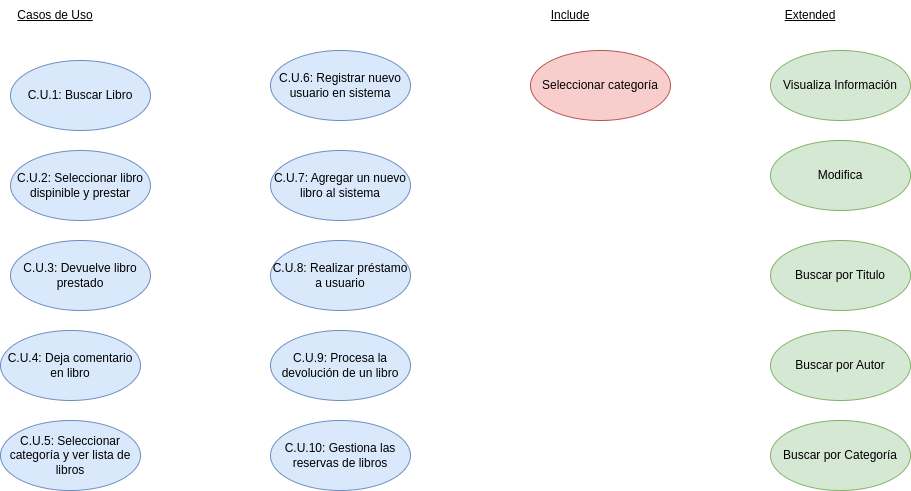
Before: diagramas/diagrama-casos-uso/img/CasosDeUso.png, a diagram exported from draw.io (PeterMartEsc/proyecto_biblioteca). Source tidied: cells renumbered, new cells last; positions are measured from the earlier drawing's top-left corner, leaving out a move shared by most shapes. The source it was exported from:
```xml
<mxGraphModel>
  <root>
    <mxCell id="0" />
    <mxCell id="1" parent="0" />
    <mxCell id="2" value="C.U.1: Buscar Libro" style="ellipse;whiteSpace=wrap;html=1;fillColor=#dae8fc;strokeColor=#6c8ebf;" parent="1" vertex="1">
      <mxGeometry x="10" y="60" width="140" height="70" as="geometry" />
    </mxCell>
    <mxCell id="3" value="&lt;u&gt;Casos de Uso&lt;/u&gt;" style="text;html=1;strokeColor=none;fillColor=none;align=center;verticalAlign=middle;whiteSpace=wrap;rounded=0;" parent="1" vertex="1">
      <mxGeometry x="15" width="80" height="30" as="geometry" />
    </mxCell>
    <mxCell id="4" value="C.U.2: Seleccionar libro dispinible y prestar" style="ellipse;whiteSpace=wrap;html=1;fillColor=#dae8fc;strokeColor=#6c8ebf;" parent="1" vertex="1">
      <mxGeometry x="10" y="150" width="140" height="70" as="geometry" />
    </mxCell>
    <mxCell id="5" value="C.U.3: Devuelve libro prestado" style="ellipse;whiteSpace=wrap;html=1;fillColor=#dae8fc;strokeColor=#6c8ebf;" parent="1" vertex="1">
      <mxGeometry x="10" y="240" width="140" height="70" as="geometry" />
    </mxCell>
    <mxCell id="6" value="C.U.4: Deja comentario en libro" style="ellipse;whiteSpace=wrap;html=1;fillColor=#dae8fc;strokeColor=#6c8ebf;" parent="1" vertex="1">
      <mxGeometry y="330" width="140" height="70" as="geometry" />
    </mxCell>
    <mxCell id="7" value="C.U.5: Seleccionar categoría y ver lista de libros" style="ellipse;whiteSpace=wrap;html=1;fillColor=#dae8fc;strokeColor=#6c8ebf;" parent="1" vertex="1">
      <mxGeometry y="420" width="140" height="70" as="geometry" />
    </mxCell>
    <mxCell id="8" value="C.U.6: Registrar nuevo usuario en sistema" style="ellipse;whiteSpace=wrap;html=1;fillColor=#dae8fc;strokeColor=#6c8ebf;" parent="1" vertex="1">
      <mxGeometry x="270" y="50" width="140" height="70" as="geometry" />
    </mxCell>
    <mxCell id="9" value="C.U.7: Agregar un nuevo libro al sistema" style="ellipse;whiteSpace=wrap;html=1;fillColor=#dae8fc;strokeColor=#6c8ebf;" parent="1" vertex="1">
      <mxGeometry x="270" y="150" width="140" height="70" as="geometry" />
    </mxCell>
    <mxCell id="10" value="C.U.8: Realizar préstamo a usuario" style="ellipse;whiteSpace=wrap;html=1;fillColor=#dae8fc;strokeColor=#6c8ebf;" parent="1" vertex="1">
      <mxGeometry x="270" y="240" width="140" height="70" as="geometry" />
    </mxCell>
    <mxCell id="11" value="C.U.9: Procesa la devolución de un libro" style="ellipse;whiteSpace=wrap;html=1;fillColor=#dae8fc;strokeColor=#6c8ebf;" parent="1" vertex="1">
      <mxGeometry x="270" y="330" width="140" height="70" as="geometry" />
    </mxCell>
    <mxCell id="12" value="C.U.10: Gestiona las reservas de libros" style="ellipse;whiteSpace=wrap;html=1;fillColor=#dae8fc;strokeColor=#6c8ebf;" parent="1" vertex="1">
      <mxGeometry x="270" y="420" width="140" height="70" as="geometry" />
    </mxCell>
    <mxCell id="13" value="Seleccionar categoría" style="ellipse;whiteSpace=wrap;html=1;fillColor=#f8cecc;strokeColor=#b85450;" parent="1" vertex="1">
      <mxGeometry x="530" y="50" width="140" height="70" as="geometry" />
    </mxCell>
    <mxCell id="14" value="&lt;u&gt;Include&lt;/u&gt;" style="text;html=1;strokeColor=none;fillColor=none;align=center;verticalAlign=middle;whiteSpace=wrap;rounded=0;" parent="1" vertex="1">
      <mxGeometry x="530" width="80" height="30" as="geometry" />
    </mxCell>
    <mxCell id="15" value="Visualiza Información" style="ellipse;whiteSpace=wrap;html=1;fillColor=#d5e8d4;strokeColor=#82b366;" parent="1" vertex="1">
      <mxGeometry x="770" y="50" width="140" height="70" as="geometry" />
    </mxCell>
    <mxCell id="16" value="Modifica" style="ellipse;whiteSpace=wrap;html=1;fillColor=#d5e8d4;strokeColor=#82b366;" parent="1" vertex="1">
      <mxGeometry x="770" y="140" width="140" height="70" as="geometry" />
    </mxCell>
    <mxCell id="17" value="Buscar por Titulo" style="ellipse;whiteSpace=wrap;html=1;fillColor=#d5e8d4;strokeColor=#82b366;" parent="1" vertex="1">
      <mxGeometry x="770" y="240" width="140" height="70" as="geometry" />
    </mxCell>
    <mxCell id="18" value="Buscar por Autor" style="ellipse;whiteSpace=wrap;html=1;fillColor=#d5e8d4;strokeColor=#82b366;" parent="1" vertex="1">
      <mxGeometry x="770" y="330" width="140" height="70" as="geometry" />
    </mxCell>
    <mxCell id="19" value="Buscar por Categoría" style="ellipse;whiteSpace=wrap;html=1;fillColor=#d5e8d4;strokeColor=#82b366;" parent="1" vertex="1">
      <mxGeometry x="770" y="420" width="140" height="70" as="geometry" />
    </mxCell>
    <mxCell id="20" value="&lt;u&gt;Extended&lt;/u&gt;" style="text;html=1;strokeColor=none;fillColor=none;align=center;verticalAlign=middle;whiteSpace=wrap;rounded=0;" parent="1" vertex="1">
      <mxGeometry x="770" width="80" height="30" as="geometry" />
    </mxCell>
  </root>
</mxGraphModel>
```
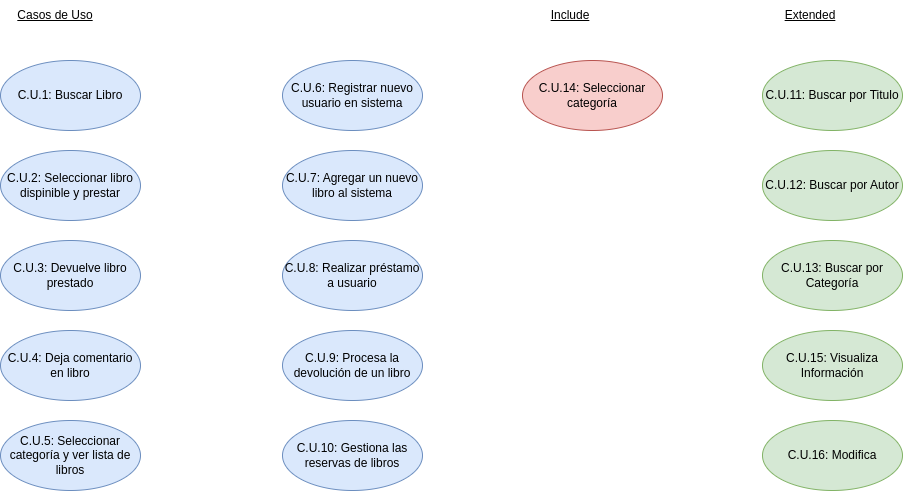
Above is the later version.

Change to the diagram source:
```diff
@@ -3,16 +3,16 @@
     <mxCell id="0" />
     <mxCell id="1" parent="0" />
     <mxCell id="2" value="C.U.1: Buscar Libro" style="ellipse;whiteSpace=wrap;html=1;fillColor=#dae8fc;strokeColor=#6c8ebf;" parent="1" vertex="1">
-      <mxGeometry x="10" y="60" width="140" height="70" as="geometry" />
+      <mxGeometry y="60" width="140" height="70" as="geometry" />
     </mxCell>
     <mxCell id="3" value="&lt;u&gt;Casos de Uso&lt;/u&gt;" style="text;html=1;strokeColor=none;fillColor=none;align=center;verticalAlign=middle;whiteSpace=wrap;rounded=0;" parent="1" vertex="1">
       <mxGeometry x="15" width="80" height="30" as="geometry" />
     </mxCell>
     <mxCell id="4" value="C.U.2: Seleccionar libro dispinible y prestar" style="ellipse;whiteSpace=wrap;html=1;fillColor=#dae8fc;strokeColor=#6c8ebf;" parent="1" vertex="1">
-      <mxGeometry x="10" y="150" width="140" height="70" as="geometry" />
+      <mxGeometry y="150" width="140" height="70" as="geometry" />
     </mxCell>
     <mxCell id="5" value="C.U.3: Devuelve libro prestado" style="ellipse;whiteSpace=wrap;html=1;fillColor=#dae8fc;strokeColor=#6c8ebf;" parent="1" vertex="1">
-      <mxGeometry x="10" y="240" width="140" height="70" as="geometry" />
+      <mxGeometry y="240" width="140" height="70" as="geometry" />
     </mxCell>
     <mxCell id="6" value="C.U.4: Deja comentario en libro" style="ellipse;whiteSpace=wrap;html=1;fillColor=#dae8fc;strokeColor=#6c8ebf;" parent="1" vertex="1">
       <mxGeometry y="330" width="140" height="70" as="geometry" />
@@ -21,40 +21,40 @@
       <mxGeometry y="420" width="140" height="70" as="geometry" />
     </mxCell>
     <mxCell id="8" value="C.U.6: Registrar nuevo usuario en sistema" style="ellipse;whiteSpace=wrap;html=1;fillColor=#dae8fc;strokeColor=#6c8ebf;" parent="1" vertex="1">
-      <mxGeometry x="270" y="50" width="140" height="70" as="geometry" />
+      <mxGeometry x="282" y="60" width="140" height="70" as="geometry" />
     </mxCell>
     <mxCell id="9" value="C.U.7: Agregar un nuevo libro al sistema" style="ellipse;whiteSpace=wrap;html=1;fillColor=#dae8fc;strokeColor=#6c8ebf;" parent="1" vertex="1">
-      <mxGeometry x="270" y="150" width="140" height="70" as="geometry" />
+      <mxGeometry x="282" y="150" width="140" height="70" as="geometry" />
     </mxCell>
     <mxCell id="10" value="C.U.8: Realizar préstamo a usuario" style="ellipse;whiteSpace=wrap;html=1;fillColor=#dae8fc;strokeColor=#6c8ebf;" parent="1" vertex="1">
-      <mxGeometry x="270" y="240" width="140" height="70" as="geometry" />
+      <mxGeometry x="282" y="240" width="140" height="70" as="geometry" />
     </mxCell>
     <mxCell id="11" value="C.U.9: Procesa la devolución de un libro" style="ellipse;whiteSpace=wrap;html=1;fillColor=#dae8fc;strokeColor=#6c8ebf;" parent="1" vertex="1">
-      <mxGeometry x="270" y="330" width="140" height="70" as="geometry" />
+      <mxGeometry x="282" y="330" width="140" height="70" as="geometry" />
     </mxCell>
     <mxCell id="12" value="C.U.10: Gestiona las reservas de libros" style="ellipse;whiteSpace=wrap;html=1;fillColor=#dae8fc;strokeColor=#6c8ebf;" parent="1" vertex="1">
-      <mxGeometry x="270" y="420" width="140" height="70" as="geometry" />
+      <mxGeometry x="282" y="420" width="140" height="70" as="geometry" />
     </mxCell>
-    <mxCell id="13" value="Seleccionar categoría" style="ellipse;whiteSpace=wrap;html=1;fillColor=#f8cecc;strokeColor=#b85450;" parent="1" vertex="1">
-      <mxGeometry x="530" y="50" width="140" height="70" as="geometry" />
+    <mxCell id="13" value="C.U.14: Seleccionar categoría" style="ellipse;whiteSpace=wrap;html=1;fillColor=#f8cecc;strokeColor=#b85450;" parent="1" vertex="1">
+      <mxGeometry x="522" y="60" width="140" height="70" as="geometry" />
     </mxCell>
     <mxCell id="14" value="&lt;u&gt;Include&lt;/u&gt;" style="text;html=1;strokeColor=none;fillColor=none;align=center;verticalAlign=middle;whiteSpace=wrap;rounded=0;" parent="1" vertex="1">
       <mxGeometry x="530" width="80" height="30" as="geometry" />
     </mxCell>
-    <mxCell id="15" value="Visualiza Información" style="ellipse;whiteSpace=wrap;html=1;fillColor=#d5e8d4;strokeColor=#82b366;" parent="1" vertex="1">
-      <mxGeometry x="770" y="50" width="140" height="70" as="geometry" />
+    <mxCell id="15" value="C.U.15: Visualiza Información" style="ellipse;whiteSpace=wrap;html=1;fillColor=#d5e8d4;strokeColor=#82b366;" parent="1" vertex="1">
+      <mxGeometry x="762" y="330" width="140" height="70" as="geometry" />
     </mxCell>
-    <mxCell id="16" value="Modifica" style="ellipse;whiteSpace=wrap;html=1;fillColor=#d5e8d4;strokeColor=#82b366;" parent="1" vertex="1">
-      <mxGeometry x="770" y="140" width="140" height="70" as="geometry" />
+    <mxCell id="16" value="C.U.16: Modifica" style="ellipse;whiteSpace=wrap;html=1;fillColor=#d5e8d4;strokeColor=#82b366;" parent="1" vertex="1">
+      <mxGeometry x="762" y="420" width="140" height="70" as="geometry" />
     </mxCell>
-    <mxCell id="17" value="Buscar por Titulo" style="ellipse;whiteSpace=wrap;html=1;fillColor=#d5e8d4;strokeColor=#82b366;" parent="1" vertex="1">
-      <mxGeometry x="770" y="240" width="140" height="70" as="geometry" />
+    <mxCell id="17" value="C.U.11: Buscar por Titulo" style="ellipse;whiteSpace=wrap;html=1;fillColor=#d5e8d4;strokeColor=#82b366;" parent="1" vertex="1">
+      <mxGeometry x="762" y="60" width="140" height="70" as="geometry" />
     </mxCell>
-    <mxCell id="18" value="Buscar por Autor" style="ellipse;whiteSpace=wrap;html=1;fillColor=#d5e8d4;strokeColor=#82b366;" parent="1" vertex="1">
-      <mxGeometry x="770" y="330" width="140" height="70" as="geometry" />
+    <mxCell id="18" value="C.U.12: Buscar por Autor" style="ellipse;whiteSpace=wrap;html=1;fillColor=#d5e8d4;strokeColor=#82b366;" parent="1" vertex="1">
+      <mxGeometry x="762" y="150" width="140" height="70" as="geometry" />
     </mxCell>
-    <mxCell id="19" value="Buscar por Categoría" style="ellipse;whiteSpace=wrap;html=1;fillColor=#d5e8d4;strokeColor=#82b366;" parent="1" vertex="1">
-      <mxGeometry x="770" y="420" width="140" height="70" as="geometry" />
+    <mxCell id="19" value="C.U.13: Buscar por Categoría" style="ellipse;whiteSpace=wrap;html=1;fillColor=#d5e8d4;strokeColor=#82b366;" parent="1" vertex="1">
+      <mxGeometry x="762" y="240" width="140" height="70" as="geometry" />
     </mxCell>
     <mxCell id="20" value="&lt;u&gt;Extended&lt;/u&gt;" style="text;html=1;strokeColor=none;fillColor=none;align=center;verticalAlign=middle;whiteSpace=wrap;rounded=0;" parent="1" vertex="1">
       <mxGeometry x="770" width="80" height="30" as="geometry" />
```
